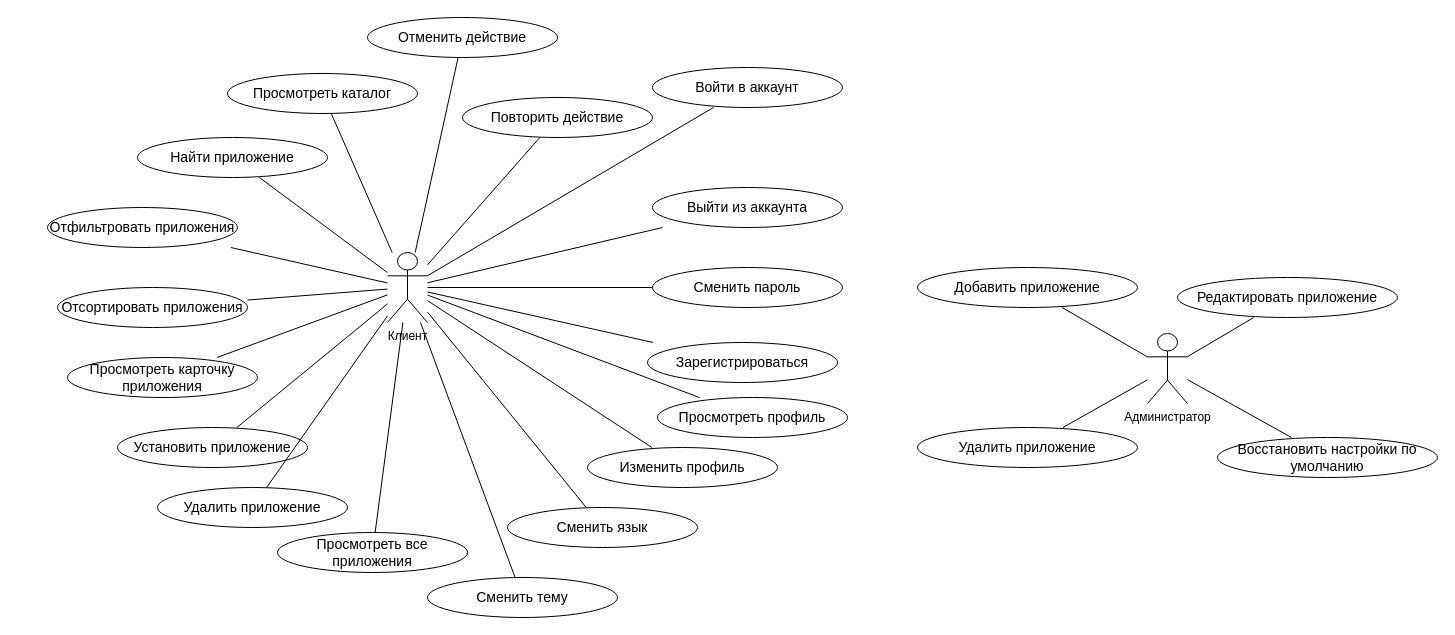
martim-x/AppStore keeps this draw.io diagram as docs/UML/use_case.drawio. Above is the earlier version. Source tidied: cells renumbered, new cells numbered last; positions are measured from the earlier drawing's top-left corner, leaving out a move shared by most shapes. Both pictures are drawn from the tidied source at 100%, with x=0, y=0 at pixel (47, 17).
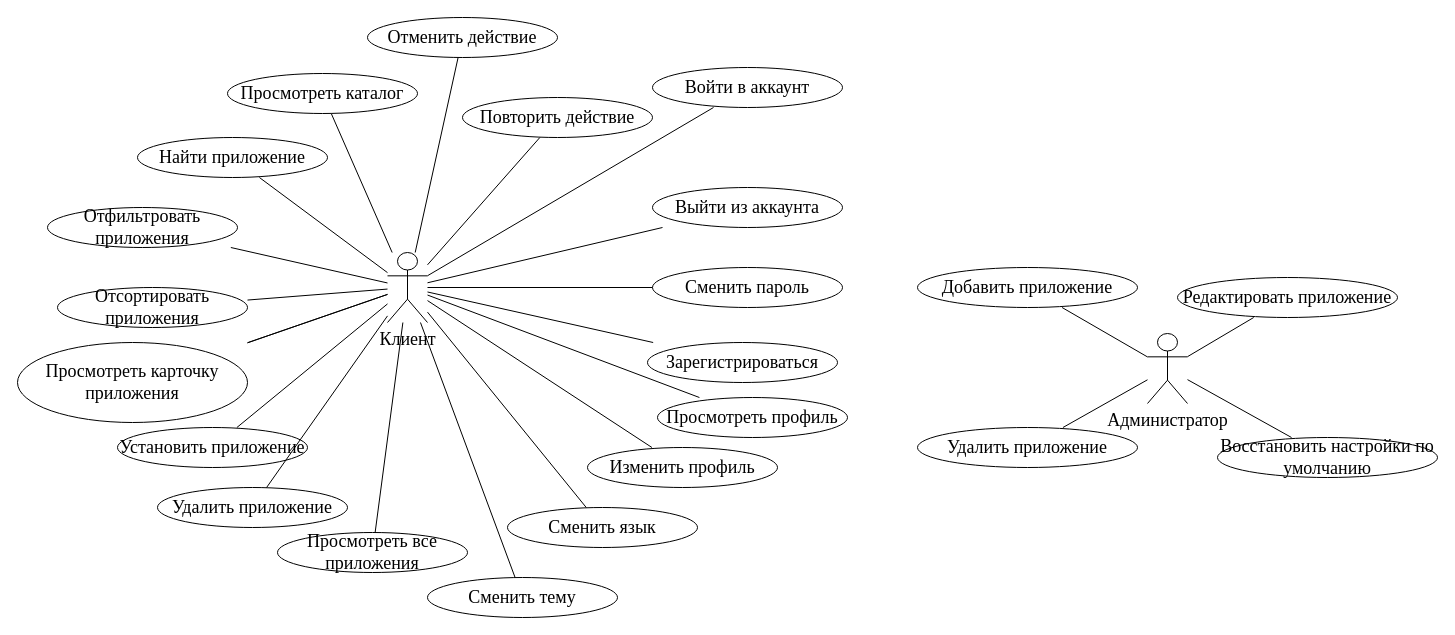
The same diagram, later.

Commit message (it also covers changes not shown here):
refactor(db): страна приложения -> страна разработчика (3НФ)

What changed in the source:
```diff
@@
-    <mxCell id="2" value="Клиент" style="shape=umlActor;verticalLabelPosition=bottom;verticalAlign=top;html=1;align=center;outlineConnect=0;fillColor=none;strokeColor=#000000;" parent="1" vertex="1">
+    <mxCell id="2" value="&lt;font&gt;Клиент&lt;/font&gt;" style="shape=umlActor;verticalLabelPosition=bottom;verticalAlign=top;html=1;align=center;outlineConnect=0;fillColor=none;strokeColor=#000000;fontFamily=Times New Roman;fontSize=18;" parent="1" vertex="1">
       <mxGeometry x="340" y="235" width="40" height="70" as="geometry" />
     </mxCell>
-    <mxCell id="3" value="Администратор" style="shape=umlActor;verticalLabelPosition=bottom;verticalAlign=top;html=1;align=center;outlineConnect=0;fillColor=none;strokeColor=#000000;" parent="1" vertex="1">
+    <mxCell id="3" value="Администратор" style="shape=umlActor;verticalLabelPosition=bottom;verticalAlign=top;html=1;align=center;outlineConnect=0;fillColor=none;strokeColor=#000000;fontFamily=Times New Roman;fontSize=18;" parent="1" vertex="1">
       <mxGeometry x="1100" y="316" width="40" height="70" as="geometry" />
     </mxCell>
-    <mxCell id="4" value="Войти в аккаунт" style="shape=ellipse;whiteSpace=wrap;html=1;fillColor=none;strokeColor=#000000;fontSize=14;" parent="1" vertex="1">
+    <mxCell id="4" value="Войти в аккаунт" style="shape=ellipse;whiteSpace=wrap;html=1;fillColor=none;strokeColor=#000000;fontSize=18;fontFamily=Times New Roman;" parent="1" vertex="1">
       <mxGeometry x="605" y="50" width="190" height="40" as="geometry" />
     </mxCell>
-    <mxCell id="5" style="endArrow=none;html=1;rounded=0;" parent="1" edge="1" source="2" target="4">
+    <mxCell id="5" style="endArrow=none;html=1;rounded=0;fontFamily=Times New Roman;fontSize=18;" parent="1" edge="1" source="2" target="4">
       <mxGeometry relative="1" as="geometry" />
     </mxCell>
-    <mxCell id="6" value="Выйти из аккаунта" style="shape=ellipse;whiteSpace=wrap;html=1;fillColor=none;strokeColor=#000000;fontSize=14;" parent="1" vertex="1">
+    <mxCell id="6" value="Выйти из аккаунта" style="shape=ellipse;whiteSpace=wrap;html=1;fillColor=none;strokeColor=#000000;fontSize=18;fontFamily=Times New Roman;" parent="1" vertex="1">
       <mxGeometry x="605" y="170" width="190" height="40" as="geometry" />
     </mxCell>
-    <mxCell id="7" style="endArrow=none;html=1;rounded=0;" parent="1" edge="1" source="2" target="6">
+    <mxCell id="7" style="endArrow=none;html=1;rounded=0;fontFamily=Times New Roman;fontSize=18;" parent="1" edge="1" source="2" target="6">
       <mxGeometry relative="1" as="geometry" />
     </mxCell>
-    <mxCell id="8" value="Зарегистрироваться" style="shape=ellipse;whiteSpace=wrap;html=1;fillColor=none;strokeColor=#000000;fontSize=14;" parent="1" vertex="1">
+    <mxCell id="8" value="Зарегистрироваться" style="shape=ellipse;whiteSpace=wrap;html=1;fillColor=none;strokeColor=#000000;fontSize=18;fontFamily=Times New Roman;" parent="1" vertex="1">
       <mxGeometry x="600" y="325" width="190" height="40" as="geometry" />
     </mxCell>
-    <mxCell id="9" style="endArrow=none;html=1;rounded=0;" parent="1" edge="1" source="2" target="8">
+    <mxCell id="9" style="endArrow=none;html=1;rounded=0;fontFamily=Times New Roman;fontSize=18;" parent="1" edge="1" source="2" target="8">
       <mxGeometry relative="1" as="geometry" />
     </mxCell>
-    <mxCell id="10" value="Просмотреть каталог" style="shape=ellipse;whiteSpace=wrap;html=1;fillColor=none;strokeColor=#000000;fontSize=14;" parent="1" vertex="1">
+    <mxCell id="10" value="Просмотреть каталог" style="shape=ellipse;whiteSpace=wrap;html=1;fillColor=none;strokeColor=#000000;fontSize=18;fontFamily=Times New Roman;" parent="1" vertex="1">
       <mxGeometry x="180" y="56" width="190" height="40" as="geometry" />
     </mxCell>
-    <mxCell id="11" style="endArrow=none;html=1;rounded=0;" parent="1" edge="1" source="2" target="10">
+    <mxCell id="11" style="endArrow=none;html=1;rounded=0;fontFamily=Times New Roman;fontSize=18;" parent="1" edge="1" source="2" target="10">
       <mxGeometry relative="1" as="geometry" />
     </mxCell>
-    <mxCell id="12" value="Найти приложение" style="shape=ellipse;whiteSpace=wrap;html=1;fillColor=none;strokeColor=#000000;fontSize=14;" parent="1" vertex="1">
+    <mxCell id="12" value="Найти приложение" style="shape=ellipse;whiteSpace=wrap;html=1;fillColor=none;strokeColor=#000000;fontSize=18;fontFamily=Times New Roman;" parent="1" vertex="1">
       <mxGeometry x="90" y="120" width="190" height="40" as="geometry" />
     </mxCell>
-    <mxCell id="13" style="endArrow=none;html=1;rounded=0;" parent="1" edge="1" source="2" target="12">
+    <mxCell id="13" style="endArrow=none;html=1;rounded=0;fontFamily=Times New Roman;fontSize=18;" parent="1" edge="1" source="2" target="12">
       <mxGeometry relative="1" as="geometry" />
     </mxCell>
-    <mxCell id="14" value="Отфильтровать приложения" style="shape=ellipse;whiteSpace=wrap;html=1;fillColor=none;strokeColor=#000000;fontSize=14;" parent="1" vertex="1">
+    <mxCell id="14" value="Отфильтровать приложения" style="shape=ellipse;whiteSpace=wrap;html=1;fillColor=none;strokeColor=#000000;fontSize=18;fontFamily=Times New Roman;" parent="1" vertex="1">
       <mxGeometry y="190" width="190" height="40" as="geometry" />
     </mxCell>
-    <mxCell id="15" style="endArrow=none;html=1;rounded=0;" parent="1" edge="1" source="2" target="14">
+    <mxCell id="15" style="endArrow=none;html=1;rounded=0;fontFamily=Times New Roman;fontSize=18;" parent="1" edge="1" source="2" target="14">
       <mxGeometry relative="1" as="geometry" />
     </mxCell>
-    <mxCell id="16" value="Отсортировать приложения" style="shape=ellipse;whiteSpace=wrap;html=1;fillColor=none;strokeColor=#000000;fontSize=14;" parent="1" vertex="1">
+    <mxCell id="16" value="Отсортировать приложения" style="shape=ellipse;whiteSpace=wrap;html=1;fillColor=none;strokeColor=#000000;fontSize=18;fontFamily=Times New Roman;" parent="1" vertex="1">
       <mxGeometry x="10" y="270" width="190" height="40" as="geometry" />
     </mxCell>
-    <mxCell id="17" style="endArrow=none;html=1;rounded=0;" parent="1" edge="1" source="2" target="16">
+    <mxCell id="17" style="endArrow=none;html=1;rounded=0;fontFamily=Times New Roman;fontSize=18;" parent="1" edge="1" source="2" target="16">
       <mxGeometry relative="1" as="geometry" />
     </mxCell>
-    <mxCell id="18" value="Просмотреть карточку приложения" style="shape=ellipse;whiteSpace=wrap;html=1;fillColor=none;strokeColor=#000000;fontSize=14;" parent="1" vertex="1">
-      <mxGeometry x="20" y="340" width="190" height="40" as="geometry" />
+    <mxCell id="18" value="Просмотреть карточку приложения" style="shape=ellipse;whiteSpace=wrap;html=1;fillColor=none;strokeColor=#000000;fontSize=18;fontFamily=Times New Roman;" parent="1" vertex="1">
+      <mxGeometry x="-30" y="325" width="230" height="80" as="geometry" />
     </mxCell>
-    <mxCell id="19" style="endArrow=none;html=1;rounded=0;" parent="1" edge="1" source="2" target="18">
-      <mxGeometry relative="1" as="geometry" />
-    </mxCell>
-    <mxCell id="20" value="Установить приложение" style="shape=ellipse;whiteSpace=wrap;html=1;fillColor=none;strokeColor=#000000;fontSize=14;" parent="1" vertex="1">
+    <mxCell id="20" value="Установить приложение" style="shape=ellipse;whiteSpace=wrap;html=1;fillColor=none;strokeColor=#000000;fontSize=18;fontFamily=Times New Roman;" parent="1" vertex="1">
       <mxGeometry x="70" y="410" width="190" height="40" as="geometry" />
     </mxCell>
-    <mxCell id="21" style="endArrow=none;html=1;rounded=0;" parent="1" edge="1" source="2" target="20">
+    <mxCell id="21" style="endArrow=none;html=1;rounded=0;fontFamily=Times New Roman;fontSize=18;" parent="1" edge="1" source="2" target="20">
       <mxGeometry relative="1" as="geometry" />
     </mxCell>
-    <mxCell id="22" value="Удалить приложение" style="shape=ellipse;whiteSpace=wrap;html=1;fillColor=none;strokeColor=#000000;fontSize=14;" parent="1" vertex="1">
+    <mxCell id="22" value="Удалить приложение" style="shape=ellipse;whiteSpace=wrap;html=1;fillColor=none;strokeColor=#000000;fontSize=18;fontFamily=Times New Roman;" parent="1" vertex="1">
       <mxGeometry x="110" y="470" width="190" height="40" as="geometry" />
     </mxCell>
-    <mxCell id="23" style="endArrow=none;html=1;rounded=0;" parent="1" edge="1" source="2" target="22">
+    <mxCell id="23" style="endArrow=none;html=1;rounded=0;fontFamily=Times New Roman;fontSize=18;" parent="1" edge="1" source="2" target="22">
       <mxGeometry relative="1" as="geometry" />
     </mxCell>
-    <mxCell id="24" value="Отменить действие" style="shape=ellipse;whiteSpace=wrap;html=1;fillColor=none;strokeColor=#000000;fontSize=14;" parent="1" vertex="1">
+    <mxCell id="24" value="Отменить действие" style="shape=ellipse;whiteSpace=wrap;html=1;fillColor=none;strokeColor=#000000;fontSize=18;fontFamily=Times New Roman;" parent="1" vertex="1">
       <mxGeometry x="320" width="190" height="40" as="geometry" />
     </mxCell>
-    <mxCell id="25" style="endArrow=none;html=1;rounded=0;" parent="1" edge="1" source="2" target="24">
+    <mxCell id="25" style="endArrow=none;html=1;rounded=0;fontFamily=Times New Roman;fontSize=18;" parent="1" edge="1" source="2" target="24">
       <mxGeometry relative="1" as="geometry" />
     </mxCell>
-    <mxCell id="26" value="Повторить действие" style="shape=ellipse;whiteSpace=wrap;html=1;fillColor=none;strokeColor=#000000;fontSize=14;" parent="1" vertex="1">
+    <mxCell id="26" value="Повторить действие" style="shape=ellipse;whiteSpace=wrap;html=1;fillColor=none;strokeColor=#000000;fontSize=18;fontFamily=Times New Roman;" parent="1" vertex="1">
       <mxGeometry x="415" y="80" width="190" height="40" as="geometry" />
     </mxCell>
-    <mxCell id="27" style="endArrow=none;html=1;rounded=0;" parent="1" edge="1" source="2" target="26">
+    <mxCell id="27" style="endArrow=none;html=1;rounded=0;fontFamily=Times New Roman;fontSize=18;" parent="1" edge="1" source="2" target="26">
       <mxGeometry relative="1" as="geometry" />
     </mxCell>
-    <mxCell id="28" value="Просмотреть все приложения" style="shape=ellipse;whiteSpace=wrap;html=1;fillColor=none;strokeColor=#000000;fontSize=14;" parent="1" vertex="1">
+    <mxCell id="28" value="Просмотреть все приложения" style="shape=ellipse;whiteSpace=wrap;html=1;fillColor=none;strokeColor=#000000;fontSize=18;fontFamily=Times New Roman;" parent="1" vertex="1">
       <mxGeometry x="230" y="515" width="190" height="40" as="geometry" />
     </mxCell>
-    <mxCell id="29" style="endArrow=none;html=1;rounded=0;" parent="1" edge="1" source="2" target="28">
+    <mxCell id="29" style="endArrow=none;html=1;rounded=0;fontFamily=Times New Roman;fontSize=18;" parent="1" edge="1" source="2" target="28">
       <mxGeometry relative="1" as="geometry" />
     </mxCell>
-    <mxCell id="30" value="Просмотреть профиль" style="shape=ellipse;whiteSpace=wrap;html=1;fillColor=none;strokeColor=#000000;fontSize=14;" parent="1" vertex="1">
+    <mxCell id="30" value="Просмотреть профиль" style="shape=ellipse;whiteSpace=wrap;html=1;fillColor=none;strokeColor=#000000;fontSize=18;fontFamily=Times New Roman;" parent="1" vertex="1">
       <mxGeometry x="610" y="380" width="190" height="40" as="geometry" />
     </mxCell>
-    <mxCell id="31" style="endArrow=none;html=1;rounded=0;" parent="1" edge="1" source="2" target="30">
+    <mxCell id="31" style="endArrow=none;html=1;rounded=0;fontFamily=Times New Roman;fontSize=18;" parent="1" edge="1" source="2" target="30">
       <mxGeometry relative="1" as="geometry" />
     </mxCell>
-    <mxCell id="32" value="Изменить профиль" style="shape=ellipse;whiteSpace=wrap;html=1;fillColor=none;strokeColor=#000000;fontSize=14;" parent="1" vertex="1">
+    <mxCell id="32" value="Изменить профиль" style="shape=ellipse;whiteSpace=wrap;html=1;fillColor=none;strokeColor=#000000;fontSize=18;fontFamily=Times New Roman;" parent="1" vertex="1">
       <mxGeometry x="540" y="430" width="190" height="40" as="geometry" />
     </mxCell>
-    <mxCell id="33" style="endArrow=none;html=1;rounded=0;" parent="1" edge="1" source="2" target="32">
+    <mxCell id="33" style="endArrow=none;html=1;rounded=0;fontFamily=Times New Roman;fontSize=18;" parent="1" edge="1" source="2" target="32">
       <mxGeometry relative="1" as="geometry" />
     </mxCell>
-    <mxCell id="34" value="Сменить пароль" style="shape=ellipse;whiteSpace=wrap;html=1;fillColor=none;strokeColor=#000000;fontSize=14;" parent="1" vertex="1">
+    <mxCell id="34" value="Сменить пароль" style="shape=ellipse;whiteSpace=wrap;html=1;fillColor=none;strokeColor=#000000;fontSize=18;fontFamily=Times New Roman;" parent="1" vertex="1">
       <mxGeometry x="605" y="250" width="190" height="40" as="geometry" />
     </mxCell>
-    <mxCell id="35" style="endArrow=none;html=1;rounded=0;" parent="1" edge="1" source="2" target="34">
+    <mxCell id="35" style="endArrow=none;html=1;rounded=0;fontFamily=Times New Roman;fontSize=18;" parent="1" edge="1" source="2" target="34">
       <mxGeometry relative="1" as="geometry" />
     </mxCell>
-    <mxCell id="36" value="Сменить язык" style="shape=ellipse;whiteSpace=wrap;html=1;fillColor=none;strokeColor=#000000;fontSize=14;" parent="1" vertex="1">
+    <mxCell id="36" value="Сменить язык" style="shape=ellipse;whiteSpace=wrap;html=1;fillColor=none;strokeColor=#000000;fontSize=18;fontFamily=Times New Roman;" parent="1" vertex="1">
       <mxGeometry x="460" y="490" width="190" height="40" as="geometry" />
     </mxCell>
-    <mxCell id="37" style="endArrow=none;html=1;rounded=0;" parent="1" edge="1" source="2" target="36">
+    <mxCell id="37" style="endArrow=none;html=1;rounded=0;fontFamily=Times New Roman;fontSize=18;" parent="1" edge="1" source="2" target="36">
       <mxGeometry relative="1" as="geometry" />
     </mxCell>
-    <mxCell id="38" value="Сменить тему" style="shape=ellipse;whiteSpace=wrap;html=1;fillColor=none;strokeColor=#000000;fontSize=14;" parent="1" vertex="1">
+    <mxCell id="38" value="Сменить тему" style="shape=ellipse;whiteSpace=wrap;html=1;fillColor=none;strokeColor=#000000;fontSize=18;fontFamily=Times New Roman;" parent="1" vertex="1">
       <mxGeometry x="380" y="560" width="190" height="40" as="geometry" />
     </mxCell>
-    <mxCell id="39" style="endArrow=none;html=1;rounded=0;" parent="1" edge="1" source="2" target="38">
+    <mxCell id="39" style="endArrow=none;html=1;rounded=0;fontFamily=Times New Roman;fontSize=18;" parent="1" edge="1" source="2" target="38">
       <mxGeometry relative="1" as="geometry" />
     </mxCell>
-    <mxCell id="40" value="Добавить приложение" style="shape=ellipse;whiteSpace=wrap;html=1;fillColor=none;strokeColor=#000000;fontSize=14;" parent="1" vertex="1">
+    <mxCell id="40" value="Добавить приложение" style="shape=ellipse;whiteSpace=wrap;html=1;fillColor=none;strokeColor=#000000;fontSize=18;fontFamily=Times New Roman;" parent="1" vertex="1">
       <mxGeometry x="870" y="250" width="220" height="40" as="geometry" />
     </mxCell>
-    <mxCell id="41" style="endArrow=none;html=1;rounded=0;" parent="1" edge="1" source="3" target="40">
+    <mxCell id="41" style="endArrow=none;html=1;rounded=0;fontFamily=Times New Roman;fontSize=18;" parent="1" edge="1" source="3" target="40">
       <mxGeometry relative="1" as="geometry" />
     </mxCell>
-    <mxCell id="42" value="Редактировать приложение" style="shape=ellipse;whiteSpace=wrap;html=1;fillColor=none;strokeColor=#000000;fontSize=14;" parent="1" vertex="1">
+    <mxCell id="42" value="Редактировать приложение" style="shape=ellipse;whiteSpace=wrap;html=1;fillColor=none;strokeColor=#000000;fontSize=18;fontFamily=Times New Roman;" parent="1" vertex="1">
       <mxGeometry x="1130" y="260" width="220" height="40" as="geometry" />
     </mxCell>
-    <mxCell id="43" style="endArrow=none;html=1;rounded=0;" parent="1" edge="1" source="3" target="42">
+    <mxCell id="43" style="endArrow=none;html=1;rounded=0;fontFamily=Times New Roman;fontSize=18;" parent="1" edge="1" source="3" target="42">
       <mxGeometry relative="1" as="geometry" />
     </mxCell>
-    <mxCell id="44" value="Удалить приложение" style="shape=ellipse;whiteSpace=wrap;html=1;fillColor=none;strokeColor=#000000;fontSize=14;" parent="1" vertex="1">
+    <mxCell id="44" value="Удалить приложение" style="shape=ellipse;whiteSpace=wrap;html=1;fillColor=none;strokeColor=#000000;fontSize=18;fontFamily=Times New Roman;" parent="1" vertex="1">
       <mxGeometry x="870" y="410" width="220" height="40" as="geometry" />
     </mxCell>
-    <mxCell id="45" style="endArrow=none;html=1;rounded=0;" parent="1" edge="1" source="3" target="44">
+    <mxCell id="45" style="endArrow=none;html=1;rounded=0;fontFamily=Times New Roman;fontSize=18;" parent="1" edge="1" source="3" target="44">
       <mxGeometry relative="1" as="geometry" />
     </mxCell>
-    <mxCell id="46" value="Восстановить настройки по умолчанию" style="shape=ellipse;whiteSpace=wrap;html=1;fillColor=none;strokeColor=#000000;fontSize=14;" parent="1" vertex="1">
+    <mxCell id="46" value="Восстановить настройки по умолчанию" style="shape=ellipse;whiteSpace=wrap;html=1;fillColor=none;strokeColor=#000000;fontSize=18;fontFamily=Times New Roman;" parent="1" vertex="1">
       <mxGeometry x="1170" y="420" width="220" height="40" as="geometry" />
     </mxCell>
-    <mxCell id="47" style="endArrow=none;html=1;rounded=0;" parent="1" edge="1" source="3" target="46">
+    <mxCell id="47" style="endArrow=none;html=1;rounded=0;fontFamily=Times New Roman;fontSize=18;" parent="1" edge="1" source="3" target="46">
       <mxGeometry relative="1" as="geometry" />
     </mxCell>
+    <mxCell id="48" style="endArrow=none;html=1;rounded=0;fontFamily=Times New Roman;fontSize=18;" parent="1" edge="1" source="2" target="18">
+      <mxGeometry relative="1" as="geometry" />
+    </mxCell>
+    <mxCell id="49" style="endArrow=none;html=1;rounded=0;fontFamily=Times New Roman;fontSize=18;" parent="1" edge="1" source="2" target="18">
+      <mxGeometry relative="1" as="geometry" />
+    </mxCell>
```
